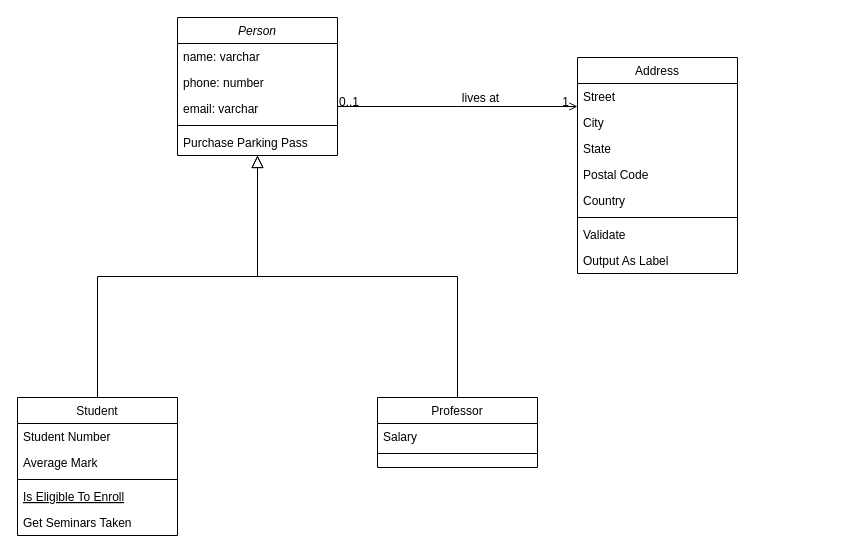
Earlier version of the draw.io diagram Diagrama sem nome.drawio (jvramos-py/jvramos-py). Source tidied: cells renumbered, new cells numbered last; positions are measured from the earlier drawing's top-left corner, leaving out a move shared by most shapes. Both pictures are drawn from the tidied source at 100%, with x=0, y=0 at pixel (17, 17).
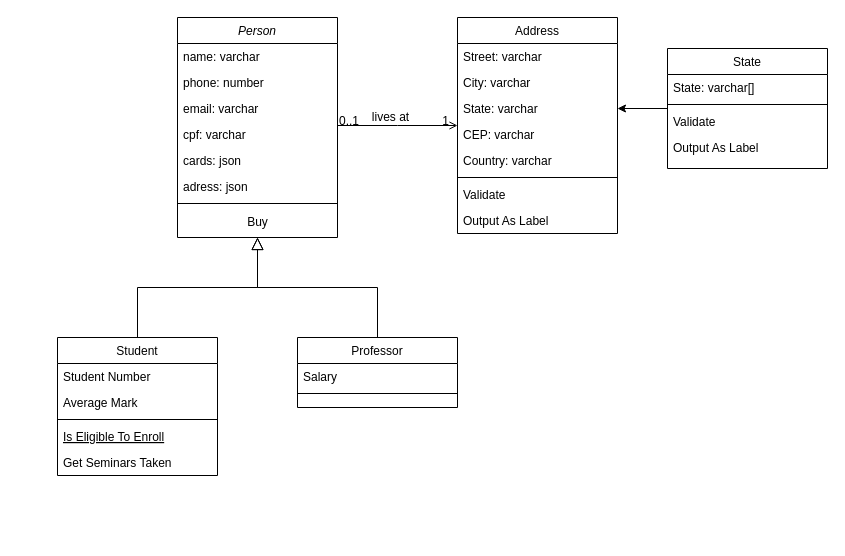
Above is the later version.

Commit message:
Atualização do diagrama

What changed in the source:
```diff
@@
     <mxCell id="2" value="Person" style="swimlane;fontStyle=2;align=center;verticalAlign=top;horizontal=1;startSize=26;rounded=0;shadow=0;strokeWidth=1;" parent="1" vertex="1">
-      <mxGeometry x="160" width="160" height="138" as="geometry" />
+      <mxGeometry x="160" width="160" height="220" as="geometry" />
     </mxCell>
@@
+    <mxCell id="32" value="cpf: varchar&#10;" style="text;align=left;verticalAlign=top;spacingLeft=4;spacingRight=4;overflow=hidden;rounded=0;shadow=0;html=0;" parent="2" vertex="1">
+      <mxGeometry y="104" width="160" height="26" as="geometry" />
+    </mxCell>
+    <mxCell id="33" value="cards: json&#10;&#10;" style="text;align=left;verticalAlign=top;spacingLeft=4;spacingRight=4;overflow=hidden;rounded=0;shadow=0;html=0;" parent="2" vertex="1">
+      <mxGeometry y="130" width="160" height="26" as="geometry" />
+    </mxCell>
+    <mxCell id="34" value="adress: json&#10;&#10;" style="text;align=left;verticalAlign=top;spacingLeft=4;spacingRight=4;overflow=hidden;rounded=0;shadow=0;html=0;" parent="2" vertex="1">
+      <mxGeometry y="156" width="160" height="26" as="geometry" />
+    </mxCell>
     <mxCell id="6" style="line;html=1;strokeWidth=1;align=left;verticalAlign=middle;spacingTop=-1;spacingLeft=3;spacingRight=3;labelPosition=right;" parent="2" vertex="1">
-      <mxGeometry y="104" width="160" height="8" as="geometry" />
+      <mxGeometry y="182" width="160" height="8" as="geometry" />
     </mxCell>
-    <mxCell id="7" value="Purchase Parking Pass" style="text;align=left;verticalAlign=top;spacingLeft=4;spacingRight=4;overflow=hidden;" parent="2" vertex="1">
-      <mxGeometry y="112" width="160" height="26" as="geometry" />
-    </mxCell>
+    <mxCell id="35" value="&lt;div&gt;Buy&lt;/div&gt;" style="text;html=1;align=center;verticalAlign=middle;strokeColor=none;fillColor=none;" parent="2" vertex="1">
+      <mxGeometry y="190" width="160" height="30" as="geometry" />
+    </mxCell>
     <mxCell id="8" value="Student" style="swimlane;fontStyle=0;align=center;verticalAlign=top;horizontal=1;startSize=26;rounded=0;shadow=0;strokeWidth=1;" parent="1" vertex="1">
-      <mxGeometry y="380" width="160" height="138" as="geometry" />
+      <mxGeometry x="40" y="320" width="160" height="138" as="geometry" />
     </mxCell>
@@
     <mxCell id="15" value="Professor" style="swimlane;fontStyle=0;align=center;verticalAlign=top;horizontal=1;startSize=26;rounded=0;shadow=0;strokeWidth=1;" parent="1" vertex="1">
-      <mxGeometry x="360" y="380" width="160" height="70" as="geometry" />
+      <mxGeometry x="280" y="320" width="160" height="70" as="geometry" />
     </mxCell>
@@
     <mxCell id="19" value="Address" style="swimlane;fontStyle=0;align=center;verticalAlign=top;horizontal=1;startSize=26;rounded=0;shadow=0;strokeWidth=1;" parent="1" vertex="1">
-      <mxGeometry x="560" y="40" width="160" height="216" as="geometry" />
+      <mxGeometry x="440" width="160" height="216" as="geometry" />
     </mxCell>
-    <mxCell id="20" value="Street" style="text;align=left;verticalAlign=top;spacingLeft=4;spacingRight=4;overflow=hidden;" parent="19" vertex="1">
+    <mxCell id="20" value="Street: varchar" style="text;align=left;verticalAlign=top;spacingLeft=4;spacingRight=4;overflow=hidden;" parent="19" vertex="1">
       <mxGeometry y="26" width="160" height="26" as="geometry" />
     </mxCell>
-    <mxCell id="21" value="City" style="text;align=left;verticalAlign=top;spacingLeft=4;spacingRight=4;overflow=hidden;rounded=0;shadow=0;html=0;" parent="19" vertex="1">
+    <mxCell id="21" value="City: varchar" style="text;align=left;verticalAlign=top;spacingLeft=4;spacingRight=4;overflow=hidden;rounded=0;shadow=0;html=0;" parent="19" vertex="1">
       <mxGeometry y="52" width="160" height="26" as="geometry" />
     </mxCell>
-    <mxCell id="22" value="State" style="text;align=left;verticalAlign=top;spacingLeft=4;spacingRight=4;overflow=hidden;points=[[0,0.5],[1,0.5]];portConstraint=eastwest;rounded=0;shadow=0;html=0;" parent="19" vertex="1">
+    <mxCell id="22" value="State: varchar" style="text;align=left;verticalAlign=top;spacingLeft=4;spacingRight=4;overflow=hidden;points=[[0,0.5],[1,0.5]];portConstraint=eastwest;rounded=0;shadow=0;html=0;" parent="19" vertex="1">
       <mxGeometry y="78" width="160" height="26" as="geometry" />
     </mxCell>
-    <mxCell id="23" value="Postal Code" style="text;align=left;verticalAlign=top;spacingLeft=4;spacingRight=4;overflow=hidden;rounded=0;shadow=0;html=0;" parent="19" vertex="1">
+    <mxCell id="23" value="CEP: varchar" style="text;align=left;verticalAlign=top;spacingLeft=4;spacingRight=4;overflow=hidden;rounded=0;shadow=0;html=0;" parent="19" vertex="1">
       <mxGeometry y="104" width="160" height="26" as="geometry" />
     </mxCell>
-    <mxCell id="24" value="Country" style="text;align=left;verticalAlign=top;spacingLeft=4;spacingRight=4;overflow=hidden;rounded=0;shadow=0;html=0;" parent="19" vertex="1">
+    <mxCell id="24" value="Country: varchar" style="text;align=left;verticalAlign=top;spacingLeft=4;spacingRight=4;overflow=hidden;rounded=0;shadow=0;html=0;" parent="19" vertex="1">
       <mxGeometry y="130" width="160" height="26" as="geometry" />
     </mxCell>
@@
+    <mxCell id="36" style="edgeStyle=orthogonalEdgeStyle;rounded=0;jettySize=auto;html=1;entryX=1;entryY=0.5;entryDx=0;entryDy=0;" parent="1" edge="1" source="37" target="22">
+      <mxGeometry relative="1" as="geometry" />
+    </mxCell>
+    <mxCell id="37" value="State" style="swimlane;fontStyle=0;align=center;verticalAlign=top;horizontal=1;startSize=26;rounded=0;shadow=0;strokeWidth=1;" parent="1" vertex="1">
+      <mxGeometry x="650" y="31" width="160" height="120" as="geometry" />
+    </mxCell>
+    <mxCell id="38" value="State: varchar[]" style="text;align=left;verticalAlign=top;spacingLeft=4;spacingRight=4;overflow=hidden;rounded=0;shadow=0;html=0;" parent="37" vertex="1">
+      <mxGeometry y="26" width="160" height="26" as="geometry" />
+    </mxCell>
+    <mxCell id="39" style="line;html=1;strokeWidth=1;align=left;verticalAlign=middle;spacingTop=-1;spacingLeft=3;spacingRight=3;labelPosition=right;" parent="37" vertex="1">
+      <mxGeometry y="52" width="160" height="8" as="geometry" />
+    </mxCell>
+    <mxCell id="40" value="Validate" style="text;align=left;verticalAlign=top;spacingLeft=4;spacingRight=4;overflow=hidden;" parent="37" vertex="1">
+      <mxGeometry y="60" width="160" height="26" as="geometry" />
+    </mxCell>
+    <mxCell id="41" value="Output As Label" style="text;align=left;verticalAlign=top;spacingLeft=4;spacingRight=4;overflow=hidden;" parent="37" vertex="1">
+      <mxGeometry y="86" width="160" height="26" as="geometry" />
+    </mxCell>
```
